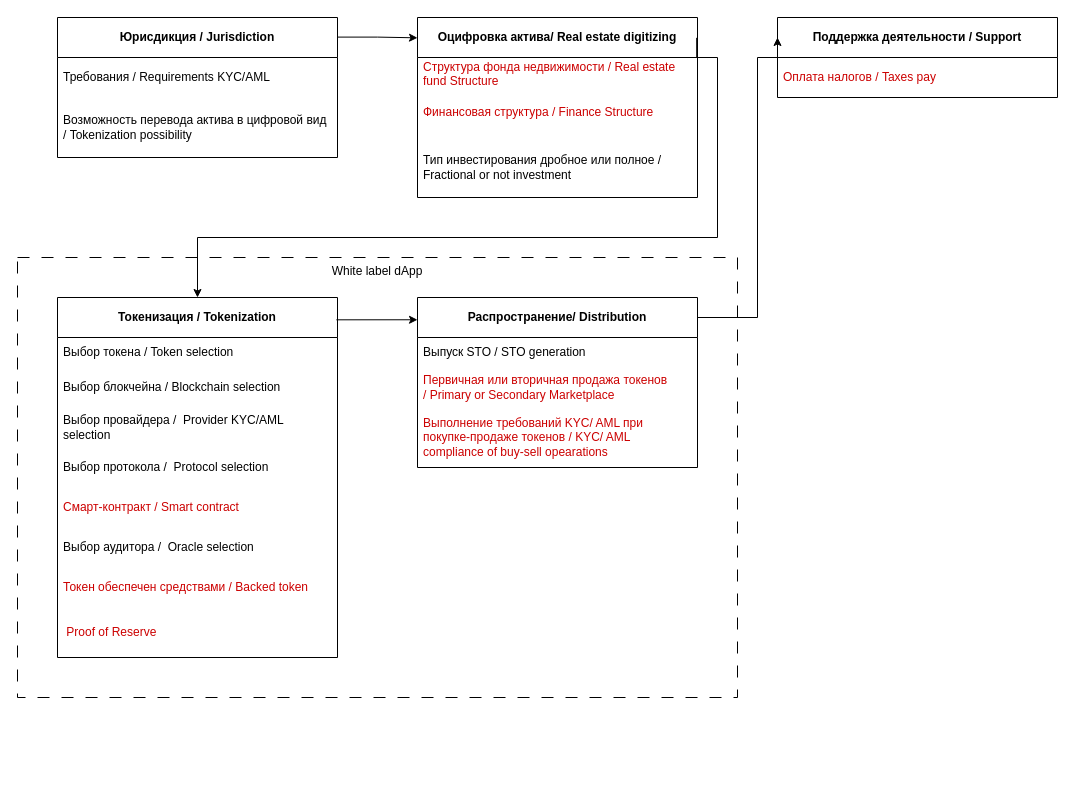
rpurei/RETM-Schemes keeps this draw.io diagram as Диаграмма без названия.drawio. Above is the earlier version. Source tidied: cells renumbered, new cells numbered last; positions are measured from the earlier drawing's top-left corner, leaving out a move shared by most shapes. Both pictures are drawn from the tidied source at 100%, with x=0, y=0 at pixel (17, 17).
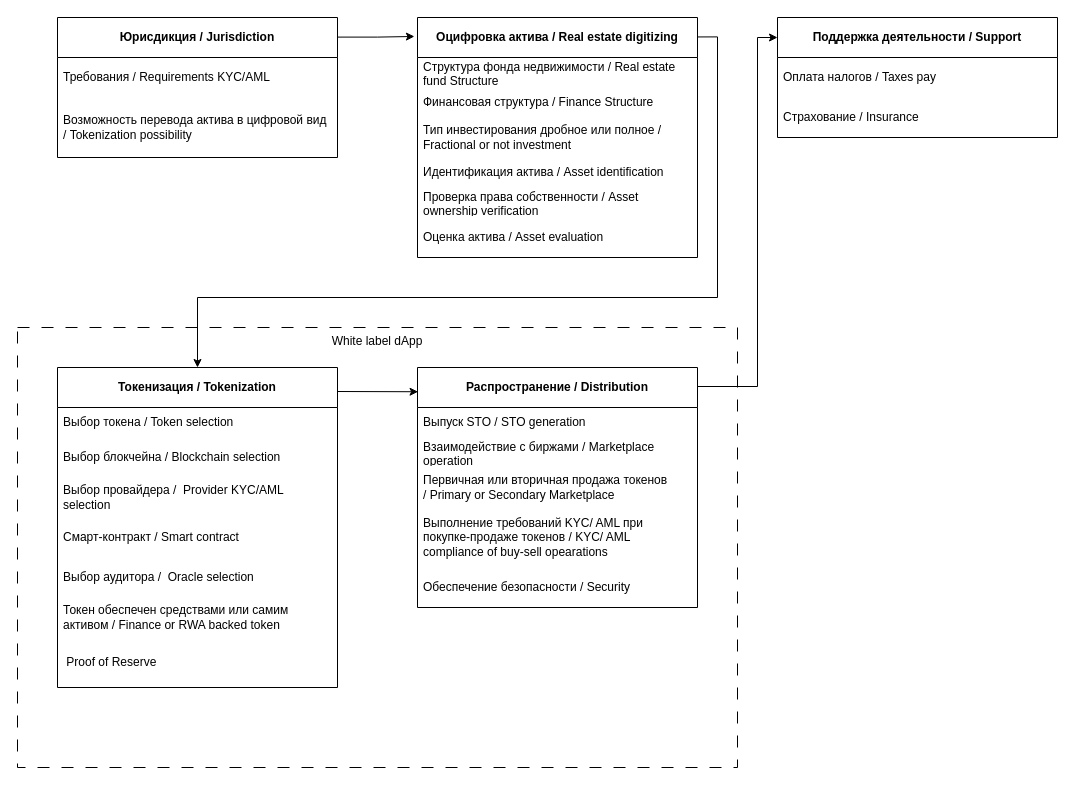
Above is the later version.

Unchanged cells that the change refers to:
```xml
<mxCell id="22" value="&lt;b&gt;Юрисдикция / Jurisdiction&lt;/b&gt;" style="swimlane;fontStyle=0;horizontal=1;startSize=40;whiteSpace=wrap;html=1;" parent="1" vertex="1">
  <mxGeometry x="40" width="280" height="140" as="geometry" />
</mxCell>
```

The edit, as a diff of the source:
```diff
@@
     <mxCell id="2" value="White label dApp" style="rounded=0;whiteSpace=wrap;html=1;gradientColor=none;fillColor=none;dashed=1;dashPattern=12 12;verticalAlign=top;" parent="1" vertex="1">
-      <mxGeometry y="240" width="720" height="440" as="geometry" />
+      <mxGeometry y="310" width="720" height="440" as="geometry" />
     </mxCell>
-    <mxCell id="3" value="&lt;b&gt;Распространение/ Distribution&lt;/b&gt;" style="swimlane;fontStyle=0;horizontal=1;startSize=40;whiteSpace=wrap;html=1;" parent="1" vertex="1">
-      <mxGeometry x="400" y="280" width="280" height="170" as="geometry" />
+    <mxCell id="3" value="&lt;b&gt;Распространение / Distribution&lt;/b&gt;" style="swimlane;fontStyle=0;horizontal=1;startSize=40;whiteSpace=wrap;html=1;" parent="1" vertex="1">
+      <mxGeometry x="400" y="350" width="280" height="240" as="geometry" />
     </mxCell>
-    <mxCell id="4" value="Выпуск STO / STO generation" style="text;strokeColor=none;fillColor=none;align=left;verticalAlign=middle;spacingLeft=4;spacingRight=4;overflow=hidden;whiteSpace=wrap;html=1;" parent="3" vertex="1">
+    <mxCell id="4" value="Выпуск STO / STO generation" style="text;strokeColor=none;fillColor=none;align=left;verticalAlign=middle;spacingLeft=4;spacingRight=4;overflow=hidden;whiteSpace=wrap;html=1;fontColor=#000000;" parent="3" vertex="1">
       <mxGeometry y="40" width="280" height="30" as="geometry" />
     </mxCell>
+    <mxCell id="29" value="Взаимодействие с биржами / Marketplace operation" style="text;strokeColor=none;fillColor=none;align=left;verticalAlign=middle;spacingLeft=4;spacingRight=4;overflow=hidden;whiteSpace=wrap;html=1;labelBackgroundColor=default;fontColor=#000000;" parent="3" vertex="1">
+      <mxGeometry y="70" width="280" height="30" as="geometry" />
+    </mxCell>
-    <mxCell id="5" value="Первичная или вторичная продажа токенов /&amp;nbsp;Primary or Secondary Marketplace" style="text;strokeColor=none;fillColor=none;align=left;verticalAlign=middle;spacingLeft=4;spacingRight=4;overflow=hidden;whiteSpace=wrap;html=1;fontColor=#CC0000;" parent="3" vertex="1">
-      <mxGeometry y="70" width="280" height="40" as="geometry" />
+    <mxCell id="5" value="Первичная или вторичная продажа токенов /&amp;nbsp;Primary or Secondary Marketplace" style="text;strokeColor=none;fillColor=none;align=left;verticalAlign=middle;spacingLeft=4;spacingRight=4;overflow=hidden;whiteSpace=wrap;html=1;fontColor=#000000;" parent="3" vertex="1">
+      <mxGeometry y="100" width="280" height="40" as="geometry" />
     </mxCell>
-    <mxCell id="6" value="Выполнение требований KYC/ AML при покупке-продаже токенов / KYC/ AML compliance of buy-sell opearations" style="text;strokeColor=none;fillColor=none;align=left;verticalAlign=middle;spacingLeft=4;spacingRight=4;overflow=hidden;whiteSpace=wrap;html=1;fontColor=#CC0000;" parent="3" vertex="1">
-      <mxGeometry y="110" width="280" height="60" as="geometry" />
+    <mxCell id="6" value="Выполнение требований KYC/ AML при покупке-продаже токенов / KYC/ AML compliance of buy-sell opearations" style="text;strokeColor=none;fillColor=none;align=left;verticalAlign=middle;spacingLeft=4;spacingRight=4;overflow=hidden;whiteSpace=wrap;html=1;fontColor=#000000;" parent="3" vertex="1">
+      <mxGeometry y="140" width="280" height="60" as="geometry" />
     </mxCell>
+    <mxCell id="30" value="Обеспечение безопасности / Security" style="text;strokeColor=none;fillColor=none;align=left;verticalAlign=middle;spacingLeft=4;spacingRight=4;overflow=hidden;whiteSpace=wrap;html=1;fontColor=#000000;" parent="3" vertex="1">
+      <mxGeometry y="200" width="280" height="40" as="geometry" />
+    </mxCell>
     <mxCell id="7" value="&lt;b&gt;Токенизация / Tokenization&lt;/b&gt;" style="swimlane;fontStyle=0;horizontal=1;startSize=40;whiteSpace=wrap;html=1;" parent="1" vertex="1">
-      <mxGeometry x="40" y="280" width="280" height="360" as="geometry" />
+      <mxGeometry x="40" y="350" width="280" height="320" as="geometry" />
     </mxCell>
@@
-    <mxCell id="10" value="Выбор провайдера /&amp;nbsp; Provider KYC/AML selection" style="text;strokeColor=none;fillColor=none;align=left;verticalAlign=middle;spacingLeft=4;spacingRight=4;overflow=hidden;whiteSpace=wrap;html=1;" parent="7" vertex="1">
+    <mxCell id="10" value="Выбор провайдера /&amp;nbsp; Provider KYC/AML selection" style="text;strokeColor=none;fillColor=none;align=left;verticalAlign=middle;spacingLeft=4;spacingRight=4;overflow=hidden;whiteSpace=wrap;html=1;fontColor=#000000;" parent="7" vertex="1">
       <mxGeometry y="110" width="280" height="40" as="geometry" />
     </mxCell>
-    <mxCell id="11" value="Выбор протокола /&amp;nbsp; Protocol selection" style="text;strokeColor=none;fillColor=none;align=left;verticalAlign=middle;spacingLeft=4;spacingRight=4;overflow=hidden;whiteSpace=wrap;html=1;" parent="7" vertex="1">
-      <mxGeometry y="150" width="280" height="40" as="geometry" />
-    </mxCell>
-    <mxCell id="12" value="Смарт-контракт / Smart contract" style="text;strokeColor=none;fillColor=none;align=left;verticalAlign=middle;spacingLeft=4;spacingRight=4;overflow=hidden;whiteSpace=wrap;html=1;fontColor=#CC0000;" parent="7" vertex="1">
-      <mxGeometry y="190" width="280" height="40" as="geometry" />
+    <mxCell id="12" value="Смарт-контракт / Smart contract" style="text;strokeColor=none;fillColor=none;align=left;verticalAlign=middle;spacingLeft=4;spacingRight=4;overflow=hidden;whiteSpace=wrap;html=1;fontColor=#000000;" parent="7" vertex="1">
+      <mxGeometry y="150" width="280" height="40" as="geometry" />
     </mxCell>
-    <mxCell id="13" value="Выбор аудитора /&amp;nbsp; Oracle selection" style="text;strokeColor=none;fillColor=none;align=left;verticalAlign=middle;spacingLeft=4;spacingRight=4;overflow=hidden;whiteSpace=wrap;html=1;" parent="7" vertex="1">
-      <mxGeometry y="230" width="280" height="40" as="geometry" />
+    <mxCell id="13" value="Выбор аудитора /&amp;nbsp; Oracle selection" style="text;strokeColor=none;fillColor=none;align=left;verticalAlign=middle;spacingLeft=4;spacingRight=4;overflow=hidden;whiteSpace=wrap;html=1;fontColor=#000000;" parent="7" vertex="1">
+      <mxGeometry y="190" width="280" height="40" as="geometry" />
     </mxCell>
-    <mxCell id="14" value="Токен обеспечен средствами / Backed token" style="text;strokeColor=none;fillColor=none;align=left;verticalAlign=middle;spacingLeft=4;spacingRight=4;overflow=hidden;whiteSpace=wrap;html=1;fontColor=#CC0000;" parent="7" vertex="1">
-      <mxGeometry y="270" width="280" height="40" as="geometry" />
+    <mxCell id="14" value="Токен обеспечен средствами или самим активом / Finance or RWA backed token" style="text;strokeColor=none;fillColor=none;align=left;verticalAlign=middle;spacingLeft=4;spacingRight=4;overflow=hidden;whiteSpace=wrap;html=1;fontColor=#000000;" parent="7" vertex="1">
+      <mxGeometry y="230" width="280" height="40" as="geometry" />
     </mxCell>
-    <mxCell id="15" value="&lt;font style=&quot;font-size: 12px;&quot;&gt;&amp;nbsp;&lt;span style=&quot;font-family: arial, sans-serif; background-color: rgb(255, 255, 255);&quot;&gt;Proof of Reserve&lt;/span&gt;&lt;/font&gt;" style="text;strokeColor=none;fillColor=none;align=left;verticalAlign=middle;spacingLeft=4;spacingRight=4;overflow=hidden;whiteSpace=wrap;html=1;fontColor=#CC0000;" parent="7" vertex="1">
-      <mxGeometry y="310" width="280" height="50" as="geometry" />
+    <mxCell id="15" value="&lt;font style=&quot;font-size: 12px;&quot;&gt;&amp;nbsp;&lt;span style=&quot;font-family: arial, sans-serif; background-color: rgb(255, 255, 255);&quot;&gt;Proof of Reserve&lt;/span&gt;&lt;/font&gt;" style="text;strokeColor=none;fillColor=none;align=left;verticalAlign=middle;spacingLeft=4;spacingRight=4;overflow=hidden;whiteSpace=wrap;html=1;fontColor=#000000;" parent="7" vertex="1">
+      <mxGeometry y="270" width="280" height="50" as="geometry" />
     </mxCell>
-    <mxCell id="16" value="&lt;b&gt;Оцифровка актива/ Real estate digitizing&lt;/b&gt;" style="swimlane;fontStyle=0;horizontal=1;startSize=40;whiteSpace=wrap;html=1;" parent="1" vertex="1">
-      <mxGeometry x="400" width="280" height="180" as="geometry" />
+    <mxCell id="16" value="&lt;b&gt;Оцифровка актива / Real estate digitizing&lt;/b&gt;" style="swimlane;fontStyle=0;horizontal=1;startSize=40;whiteSpace=wrap;html=1;" parent="1" vertex="1">
+      <mxGeometry x="400" width="280" height="240" as="geometry" />
     </mxCell>
-    <mxCell id="17" value="&lt;font color=&quot;#cc0000&quot;&gt;Структура фонда недвижимости /&amp;nbsp;Real estate fund Structure&lt;/font&gt;" style="text;strokeColor=none;fillColor=none;align=left;verticalAlign=middle;spacingLeft=4;spacingRight=4;overflow=hidden;whiteSpace=wrap;html=1;" parent="16" vertex="1">
+    <mxCell id="17" value="&lt;font&gt;Структура фонда недвижимости /&amp;nbsp;Real estate fund Structure&lt;/font&gt;" style="text;strokeColor=none;fillColor=none;align=left;verticalAlign=middle;spacingLeft=4;spacingRight=4;overflow=hidden;whiteSpace=wrap;html=1;fontColor=#000000;" parent="16" vertex="1">
       <mxGeometry y="40" width="280" height="30" as="geometry" />
     </mxCell>
-    <mxCell id="18" value="&lt;font color=&quot;#cc0000&quot;&gt;Финансовая структура /&amp;nbsp;Finance Structure&lt;/font&gt;" style="text;strokeColor=none;fillColor=none;align=left;verticalAlign=middle;spacingLeft=4;spacingRight=4;overflow=hidden;whiteSpace=wrap;html=1;" parent="16" vertex="1">
-      <mxGeometry y="70" width="280" height="50" as="geometry" />
+    <mxCell id="18" value="&lt;font&gt;Финансовая структура /&amp;nbsp;Finance Structure&lt;/font&gt;" style="text;strokeColor=none;fillColor=none;align=left;verticalAlign=middle;spacingLeft=4;spacingRight=4;overflow=hidden;whiteSpace=wrap;html=1;fontColor=#000000;" parent="16" vertex="1">
+      <mxGeometry y="70" width="280" height="30" as="geometry" />
     </mxCell>
     <mxCell id="19" value="Тип инвестирования дробное или полное / Fractional or not investment&amp;nbsp;" style="text;strokeColor=none;fillColor=none;align=left;verticalAlign=middle;spacingLeft=4;spacingRight=4;overflow=hidden;whiteSpace=wrap;html=1;" parent="16" vertex="1">
-      <mxGeometry y="120" width="280" height="60" as="geometry" />
+      <mxGeometry y="100" width="280" height="40" as="geometry" />
     </mxCell>
+    <mxCell id="31" value="Идентификация актива / Asset identification" style="text;strokeColor=none;fillColor=none;align=left;verticalAlign=middle;spacingLeft=4;spacingRight=4;overflow=hidden;whiteSpace=wrap;html=1;" parent="16" vertex="1">
+      <mxGeometry y="140" width="280" height="30" as="geometry" />
+    </mxCell>
+    <mxCell id="32" value="Проверка права собственности / Asset ownership verification" style="text;strokeColor=none;fillColor=none;align=left;verticalAlign=middle;spacingLeft=4;spacingRight=4;overflow=hidden;whiteSpace=wrap;html=1;" parent="16" vertex="1">
+      <mxGeometry y="170" width="280" height="30" as="geometry" />
+    </mxCell>
+    <mxCell id="33" value="Оценка актива / Asset evaluation" style="text;strokeColor=none;fillColor=none;align=left;verticalAlign=middle;spacingLeft=4;spacingRight=4;overflow=hidden;whiteSpace=wrap;html=1;" parent="16" vertex="1">
+      <mxGeometry y="200" width="280" height="40" as="geometry" />
+    </mxCell>
     <mxCell id="20" value="&lt;b&gt;Поддержка деятельности / Support&lt;/b&gt;" style="swimlane;fontStyle=0;horizontal=1;startSize=40;whiteSpace=wrap;html=1;" parent="1" vertex="1">
-      <mxGeometry x="760" width="280" height="80" as="geometry" />
+      <mxGeometry x="760" width="280" height="120" as="geometry" />
     </mxCell>
-    <mxCell id="21" value="Оплата налогов / Taxes pay" style="text;strokeColor=none;fillColor=none;align=left;verticalAlign=middle;spacingLeft=4;spacingRight=4;overflow=hidden;whiteSpace=wrap;html=1;fontColor=#CC0000;" parent="20" vertex="1">
+    <mxCell id="21" value="Оплата налогов / Taxes pay" style="text;strokeColor=none;fillColor=none;align=left;verticalAlign=middle;spacingLeft=4;spacingRight=4;overflow=hidden;whiteSpace=wrap;html=1;fontColor=#000000;" parent="20" vertex="1">
       <mxGeometry y="40" width="280" height="40" as="geometry" />
     </mxCell>
+    <mxCell id="34" value="Страхование / Insurance" style="text;strokeColor=none;fillColor=none;align=left;verticalAlign=middle;spacingLeft=4;spacingRight=4;overflow=hidden;whiteSpace=wrap;html=1;fontColor=#000000;" parent="20" vertex="1">
+      <mxGeometry y="80" width="280" height="40" as="geometry" />
+    </mxCell>
@@
-    <mxCell id="25" style="edgeStyle=orthogonalEdgeStyle;rounded=0;jettySize=auto;html=1;exitX=1;exitY=0.14;exitDx=0;exitDy=0;entryX=0;entryY=0.113;entryDx=0;entryDy=0;entryPerimeter=0;exitPerimeter=0;" parent="1" edge="1" source="22" target="16">
+    <mxCell id="25" style="edgeStyle=orthogonalEdgeStyle;rounded=0;jettySize=auto;html=1;exitX=1;exitY=0.14;exitDx=0;exitDy=0;entryX=-0.011;entryY=0.079;entryDx=0;entryDy=0;entryPerimeter=0;exitPerimeter=0;" parent="1" edge="1" source="22" target="16">
       <mxGeometry relative="1" as="geometry" />
     </mxCell>
-    <mxCell id="26" style="edgeStyle=orthogonalEdgeStyle;rounded=0;jettySize=auto;html=1;entryX=0.5;entryY=0;entryDx=0;entryDy=0;exitX=0.997;exitY=0.113;exitDx=0;exitDy=0;exitPerimeter=0;" parent="1" edge="1" source="16" target="7">
+    <mxCell id="26" style="edgeStyle=orthogonalEdgeStyle;rounded=0;jettySize=auto;html=1;entryX=0.5;entryY=0;entryDx=0;entryDy=0;exitX=1.001;exitY=0.081;exitDx=0;exitDy=0;exitPerimeter=0;" parent="1" edge="1" source="16" target="7">
       <mxGeometry relative="1" as="geometry">
         <Array as="points">
-          <mxPoint x="700" y="40" />
-          <mxPoint x="700" y="220" />
-          <mxPoint x="180" y="220" />
+          <mxPoint x="700" y="20" />
+          <mxPoint x="700" y="280" />
+          <mxPoint x="180" y="280" />
         </Array>
       </mxGeometry>
     </mxCell>
-    <mxCell id="27" style="edgeStyle=orthogonalEdgeStyle;rounded=0;jettySize=auto;html=1;exitX=0.996;exitY=0.062;exitDx=0;exitDy=0;entryX=0;entryY=0.131;entryDx=0;entryDy=0;entryPerimeter=0;exitPerimeter=0;" parent="1" edge="1" source="7" target="3">
-      <mxGeometry relative="1" as="geometry" />
+    <mxCell id="27" style="edgeStyle=orthogonalEdgeStyle;rounded=0;jettySize=auto;html=1;entryX=0.002;entryY=0.101;entryDx=0;entryDy=0;entryPerimeter=0;" parent="1" edge="1" target="3">
+      <mxGeometry relative="1" as="geometry">
+        <mxPoint x="320" y="374" as="sourcePoint" />
+        <Array as="points">
+          <mxPoint x="320" y="374" />
+          <mxPoint x="330" y="374" />
+        </Array>
+      </mxGeometry>
     </mxCell>
-    <mxCell id="28" style="edgeStyle=orthogonalEdgeStyle;rounded=0;jettySize=auto;html=1;entryX=0;entryY=0.25;entryDx=0;entryDy=0;" parent="1" edge="1" target="20">
+    <mxCell id="28" style="edgeStyle=orthogonalEdgeStyle;rounded=0;orthogonalLoop=1;jettySize=auto;html=1;" parent="1" edge="1">
       <mxGeometry relative="1" as="geometry">
-        <mxPoint x="680" y="300" as="sourcePoint" />
+        <mxPoint x="680" y="369" as="sourcePoint" />
+        <mxPoint x="760" y="20" as="targetPoint" />
         <Array as="points">
-          <mxPoint x="680" y="300" />
-          <mxPoint x="740" y="300" />
-          <mxPoint x="740" y="40" />
+          <mxPoint x="740" y="369" />
+          <mxPoint x="740" y="20" />
         </Array>
       </mxGeometry>
     </mxCell>
```
